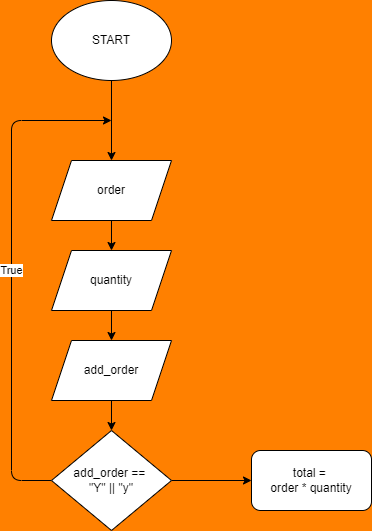
muhammadalfatihritonga/muhammad_alfatih-order_app keeps this draw.io diagram as flowchart.drawio.png. Above is the earlier version. Source tidied: cells renumbered, new cells last; positions are measured from the earlier drawing's top-left corner, leaving out a move shared by most shapes. Source of this version:
```xml
<mxGraphModel background="#FF8000">
  <root>
    <mxCell id="0" />
    <mxCell id="1" parent="0" />
    <mxCell id="2" style="edgeStyle=none;html=1;" parent="1" edge="1" source="3" target="5">
      <mxGeometry relative="1" as="geometry" />
    </mxCell>
    <mxCell id="3" value="START" style="ellipse;whiteSpace=wrap;html=1;" parent="1" vertex="1">
      <mxGeometry x="40" width="120" height="80" as="geometry" />
    </mxCell>
    <mxCell id="4" style="edgeStyle=none;html=1;" parent="1" edge="1" source="5" target="7">
      <mxGeometry relative="1" as="geometry" />
    </mxCell>
    <mxCell id="5" value="order" style="shape=parallelogram;perimeter=parallelogramPerimeter;whiteSpace=wrap;html=1;fixedSize=1;" parent="1" vertex="1">
      <mxGeometry x="40" y="160" width="120" height="60" as="geometry" />
    </mxCell>
    <mxCell id="6" style="edgeStyle=none;html=1;" parent="1" edge="1" source="7" target="9">
      <mxGeometry relative="1" as="geometry" />
    </mxCell>
    <mxCell id="7" value="quantity" style="shape=parallelogram;perimeter=parallelogramPerimeter;whiteSpace=wrap;html=1;fixedSize=1;" parent="1" vertex="1">
      <mxGeometry x="40" y="250" width="120" height="60" as="geometry" />
    </mxCell>
    <mxCell id="8" style="edgeStyle=none;html=1;" parent="1" edge="1" source="9" target="12">
      <mxGeometry relative="1" as="geometry" />
    </mxCell>
    <mxCell id="9" value="add_order" style="shape=parallelogram;perimeter=parallelogramPerimeter;whiteSpace=wrap;html=1;fixedSize=1;" parent="1" vertex="1">
      <mxGeometry x="40" y="340" width="120" height="60" as="geometry" />
    </mxCell>
    <mxCell id="10" value="True" style="edgeStyle=none;html=1;" parent="1" edge="1" source="12">
      <mxGeometry relative="1" as="geometry">
        <mxPoint x="100" y="120" as="targetPoint" />
        <Array as="points">
          <mxPoint y="480" />
          <mxPoint y="120" />
        </Array>
      </mxGeometry>
    </mxCell>
    <mxCell id="11" style="edgeStyle=none;html=1;" parent="1" edge="1" source="12" target="13">
      <mxGeometry relative="1" as="geometry" />
    </mxCell>
    <mxCell id="12" value="add_order ==&amp;nbsp;&lt;br&gt;&quot;Y&quot; || &quot;y&quot;" style="rhombus;whiteSpace=wrap;html=1;" parent="1" vertex="1">
      <mxGeometry x="40" y="430" width="120" height="100" as="geometry" />
    </mxCell>
    <mxCell id="13" value="total =&amp;nbsp;&lt;br&gt;order * quantity" style="rounded=1;whiteSpace=wrap;html=1;" parent="1" vertex="1">
      <mxGeometry x="240" y="450" width="120" height="60" as="geometry" />
    </mxCell>
  </root>
</mxGraphModel>
```
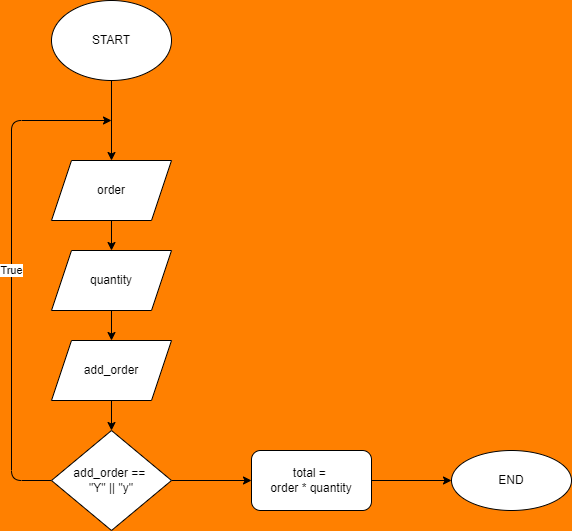
Later version of the same file.

Commit message:
done file flowchart.drawio.png for order-app

What changed in the source:
```diff
@@ -41,8 +41,14 @@
     <mxCell id="12" value="add_order ==&amp;nbsp;&lt;br&gt;&quot;Y&quot; || &quot;y&quot;" style="rhombus;whiteSpace=wrap;html=1;" parent="1" vertex="1">
       <mxGeometry x="40" y="430" width="120" height="100" as="geometry" />
     </mxCell>
+    <mxCell id="14" style="edgeStyle=none;html=1;" parent="1" edge="1" source="13" target="15">
+      <mxGeometry relative="1" as="geometry" />
+    </mxCell>
     <mxCell id="13" value="total =&amp;nbsp;&lt;br&gt;order * quantity" style="rounded=1;whiteSpace=wrap;html=1;" parent="1" vertex="1">
       <mxGeometry x="240" y="450" width="120" height="60" as="geometry" />
     </mxCell>
+    <mxCell id="15" value="END" style="ellipse;whiteSpace=wrap;html=1;rounded=1;" parent="1" vertex="1">
+      <mxGeometry x="440" y="450" width="120" height="60" as="geometry" />
+    </mxCell>
   </root>
 </mxGraphModel>
```
